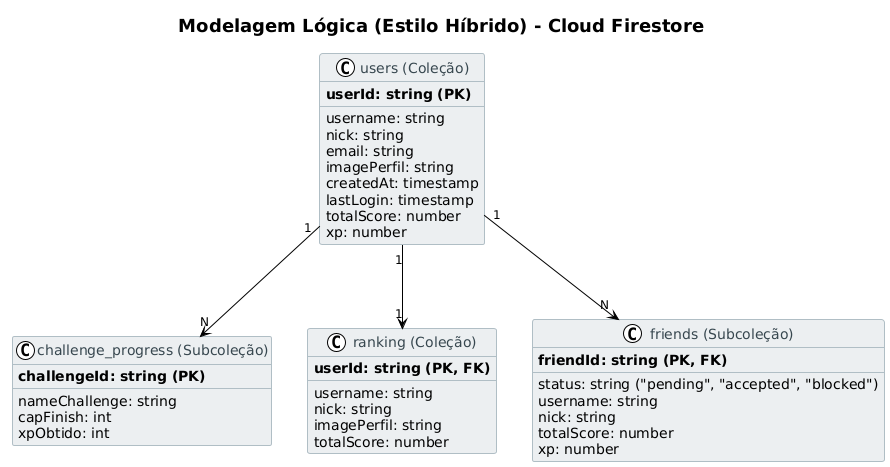
Above: FireBase/UML/UML.png in sql-challenge/sql-challenge-modelagem_de_dados (PlantUML), before the change.
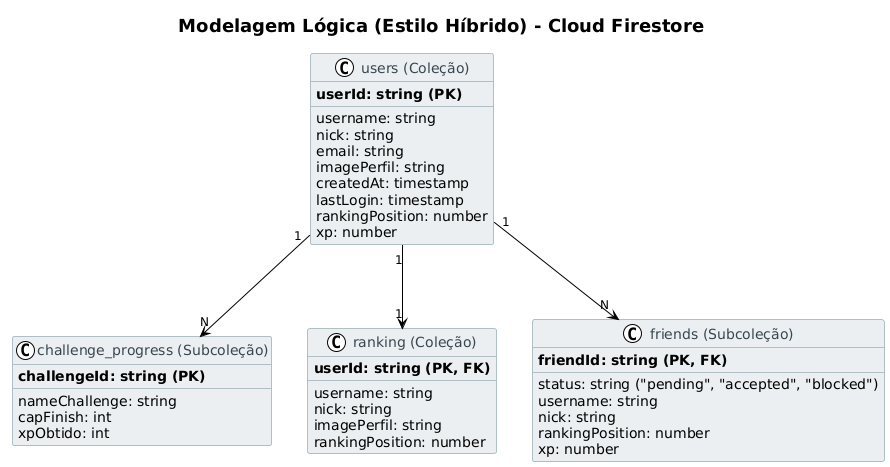
After the change.

Commit message:
atu - UMLs validação de Soussa

Change to the diagram source:
```diff
@@ -32,7 +32,7 @@
   {field} imagePerfil: string
   {field} createdAt: timestamp
   {field} lastLogin: timestamp
-  {field} totalScore: number
+  {field} rankingPosition: number
   {field} xp: number
 }
 
@@ -50,7 +50,7 @@
   {field} username: string
   {field} nick: string
   {field} imagePerfil: string
-  {field} totalScore: number
+  {field} rankingPosition: number
 }
 
 class friends as "friends (Subcoleção)" {
@@ -59,7 +59,7 @@
   {field} status: string ("pending", "accepted", "blocked")
   {field} username: string
   {field} nick: string
-  {field} totalScore: number
+  {field} rankingPosition: number
   {field} xp: number
 }
 
```
